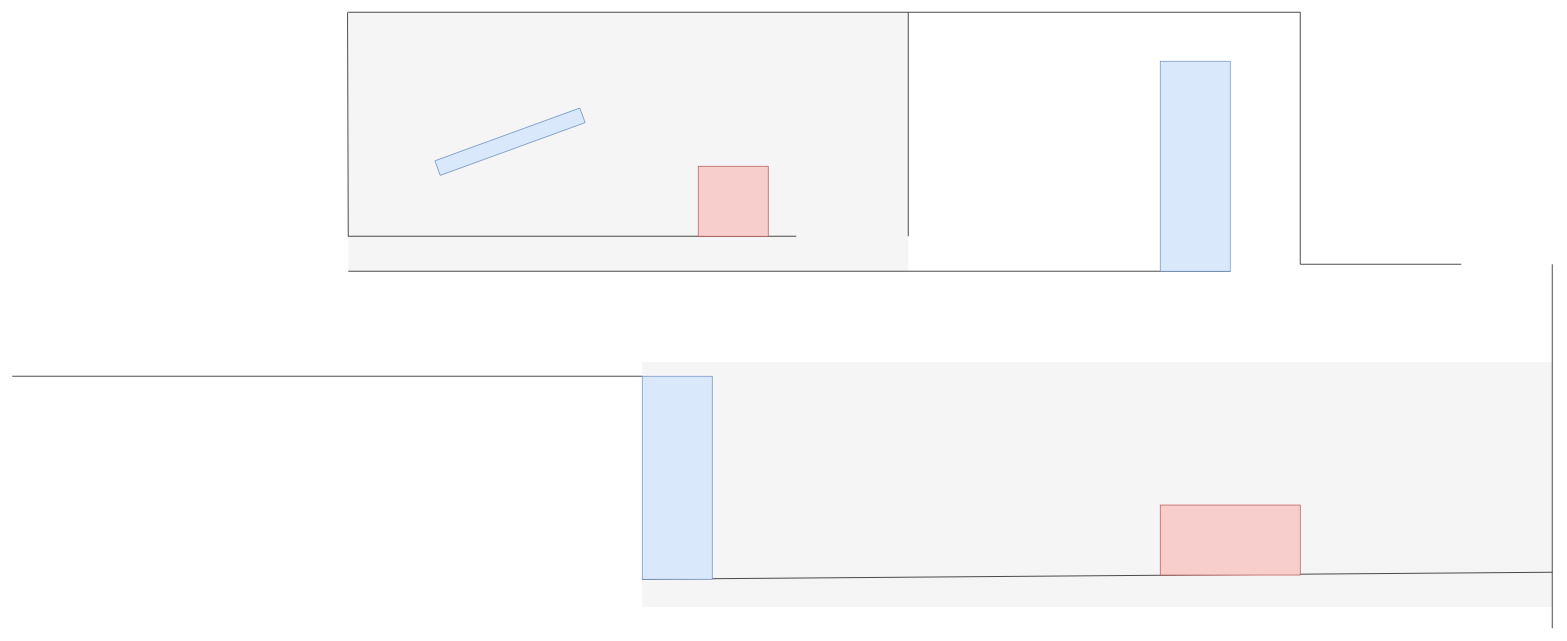
Above: assets/map.drawio.xml in balooval/blob (draw.io), before the change. Source tidied: cells renumbered, new cells numbered last; positions are measured from the earlier drawing's top-left corner, leaving out a move shared by most shapes. Both pictures are drawn from the tidied source at 70%, with x=0, y=0 at pixel (12, 12).
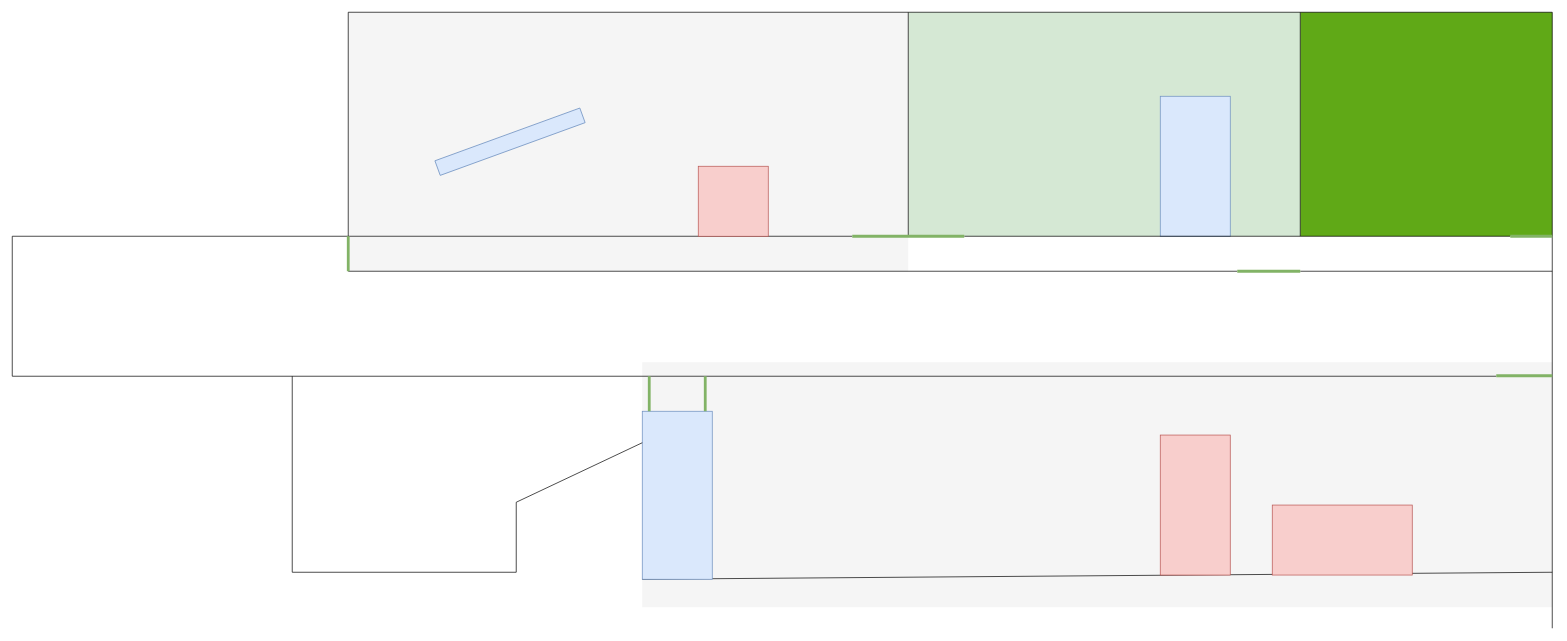
The same page after the edit.

The edit, as a diff of the source:
```diff
@@
+    <mxCell id="12" style="rounded=0;whiteSpace=wrap;html=1;strokeColor=none;fillColor=#f5f5f5;fontColor=#333333;" parent="1" vertex="1">
+      <mxGeometry x="900" y="500" width="1300" height="350" as="geometry" />
+    </mxCell>
+    <mxCell id="18" style="rounded=0;whiteSpace=wrap;html=1;fillColor=#60a917;fontColor=#ffffff;strokeColor=none;" parent="1" vertex="1">
+      <mxGeometry x="1840" width="360" height="320" as="geometry" />
+    </mxCell>
+    <mxCell id="19" style="rounded=0;whiteSpace=wrap;html=1;strokeColor=none;fillColor=#d5e8d4;" parent="1" vertex="1">
+      <mxGeometry x="1280" width="560" height="320" as="geometry" />
+    </mxCell>
@@
     <mxCell id="3" style="endArrow=none;html=1;rounded=0;" parent="1" edge="1">
       <mxGeometry relative="1" as="geometry">
-        <mxPoint x="480" y="320" as="sourcePoint" />
-        <mxPoint x="1120" y="320" as="targetPoint" />
+        <mxPoint y="520" as="sourcePoint" />
+        <mxPoint x="1200" y="320" as="targetPoint" />
+        <Array as="points">
+          <mxPoint y="320" />
+        </Array>
       </mxGeometry>
     </mxCell>
-    <mxCell id="4" style="endArrow=none;html=1;rounded=0;" parent="1" edge="1">
-      <mxGeometry relative="1" as="geometry">
-        <mxPoint x="480" y="320" as="sourcePoint" />
-        <mxPoint x="479" as="targetPoint" />
-      </mxGeometry>
-    </mxCell>
     <mxCell id="5" style="endArrow=none;html=1;rounded=0;exitX=0;exitY=1;exitDx=0;exitDy=0;" parent="1" edge="1">
       <mxGeometry relative="1" as="geometry">
         <mxPoint x="480" y="370" as="sourcePoint" />
-        <mxPoint x="1740" y="370" as="targetPoint" />
+        <mxPoint x="1750" y="370" as="targetPoint" />
       </mxGeometry>
     </mxCell>
@@
     <mxCell id="8" value=" " style="rounded=0;whiteSpace=wrap;html=1;fillColor=#dae8fc;strokeColor=#6c8ebf;" parent="1" vertex="1">
-      <mxGeometry x="1640" y="70" width="100" height="300" as="geometry" />
+      <mxGeometry x="1640" y="120" width="100" height="200" as="geometry" />
     </mxCell>
     <mxCell id="9" style="endArrow=none;html=1;rounded=0;" parent="1" edge="1">
       <mxGeometry relative="1" as="geometry">
         <mxPoint x="1280" as="sourcePoint" />
-        <mxPoint x="2070" y="360" as="targetPoint" />
+        <mxPoint x="2140" y="320" as="targetPoint" />
         <Array as="points">
           <mxPoint x="1840" />
-          <mxPoint x="1840" y="360" />
+          <mxPoint x="1840" y="320" />
         </Array>
       </mxGeometry>
     </mxCell>
@@
-    <mxCell id="12" style="rounded=0;whiteSpace=wrap;html=1;strokeColor=none;fillColor=#f5f5f5;fontColor=#333333;" parent="1" vertex="1">
-      <mxGeometry x="900" y="500" width="1300" height="350" as="geometry" />
-    </mxCell>
@@
     <mxCell id="14" style="endArrow=none;html=1;rounded=0;" parent="1" edge="1">
       <mxGeometry relative="1" as="geometry">
-        <mxPoint x="2200" y="360" as="sourcePoint" />
+        <mxPoint x="1840" as="sourcePoint" />
         <mxPoint x="2200" y="880" as="targetPoint" />
+        <Array as="points">
+          <mxPoint x="2200" />
+        </Array>
       </mxGeometry>
     </mxCell>
     <mxCell id="15" value=" " style="rounded=0;whiteSpace=wrap;html=1;fillColor=#dae8fc;strokeColor=#6c8ebf;" parent="1" vertex="1">
-      <mxGeometry x="900" y="520" width="100" height="290" as="geometry" />
+      <mxGeometry x="900" y="570" width="100" height="240" as="geometry" />
     </mxCell>
     <mxCell id="16" value=" " style="rounded=0;whiteSpace=wrap;html=1;fillColor=#f8cecc;strokeColor=#b85450;" parent="1" vertex="1">
-      <mxGeometry x="1640" y="704" width="200" height="100" as="geometry" />
+      <mxGeometry x="1640" y="604" width="100" height="200" as="geometry" />
     </mxCell>
@@
+    <mxCell id="20" value=" " style="rounded=0;whiteSpace=wrap;html=1;fillColor=#f8cecc;strokeColor=#b85450;" parent="1" vertex="1">
+      <mxGeometry x="1800" y="704" width="200" height="100" as="geometry" />
+    </mxCell>
+    <mxCell id="21" style="endArrow=none;html=1;rounded=0;" parent="1" edge="1">
+      <mxGeometry relative="1" as="geometry">
+        <mxPoint x="1360" y="320" as="sourcePoint" />
+        <mxPoint x="1840" y="320" as="targetPoint" />
+      </mxGeometry>
+    </mxCell>
+    <mxCell id="22" style="endArrow=none;html=1;rounded=0;" parent="1" edge="1">
+      <mxGeometry relative="1" as="geometry">
+        <mxPoint x="2200" y="370" as="sourcePoint" />
+        <mxPoint x="1840" y="370" as="targetPoint" />
+      </mxGeometry>
+    </mxCell>
+    <mxCell id="23" style="endArrow=none;html=1;rounded=0;" parent="1" edge="1">
+      <mxGeometry relative="1" as="geometry">
+        <mxPoint x="480" y="320" as="sourcePoint" />
+        <mxPoint x="480" as="targetPoint" />
+      </mxGeometry>
+    </mxCell>
+    <mxCell id="24" style="endArrow=none;html=1;rounded=0;fillColor=#d5e8d4;strokeColor=#82b366;strokeWidth=4;" parent="1" edge="1">
+      <mxGeometry relative="1" as="geometry">
+        <mxPoint x="1200" y="320" as="sourcePoint" />
+        <mxPoint x="1360" y="320" as="targetPoint" />
+      </mxGeometry>
+    </mxCell>
+    <mxCell id="25" style="endArrow=none;html=1;rounded=0;fillColor=#d5e8d4;strokeColor=#82b366;strokeWidth=4;" parent="1" edge="1">
+      <mxGeometry relative="1" as="geometry">
+        <mxPoint x="1750" y="370" as="sourcePoint" />
+        <mxPoint x="1840" y="370" as="targetPoint" />
+      </mxGeometry>
+    </mxCell>
+    <mxCell id="26" style="endArrow=none;html=1;rounded=0;fillColor=#d5e8d4;strokeColor=#82b366;strokeWidth=4;" parent="1" edge="1">
+      <mxGeometry relative="1" as="geometry">
+        <mxPoint x="2120" y="519.3" as="sourcePoint" />
+        <mxPoint x="2200" y="519.3" as="targetPoint" />
+      </mxGeometry>
+    </mxCell>
+    <mxCell id="27" style="endArrow=none;html=1;rounded=0;fillColor=#d5e8d4;strokeColor=#82b366;strokeWidth=4;" parent="1" edge="1">
+      <mxGeometry relative="1" as="geometry">
+        <mxPoint x="2140" y="320" as="sourcePoint" />
+        <mxPoint x="2200" y="320" as="targetPoint" />
+      </mxGeometry>
+    </mxCell>
+    <mxCell id="28" style="endArrow=none;html=1;rounded=0;fillColor=#d5e8d4;strokeColor=#82b366;strokeWidth=4;" parent="1" edge="1">
+      <mxGeometry relative="1" as="geometry">
+        <mxPoint x="480" y="370" as="sourcePoint" />
+        <mxPoint x="480" y="320" as="targetPoint" />
+      </mxGeometry>
+    </mxCell>
+    <mxCell id="29" style="endArrow=none;html=1;rounded=0;fillColor=#d5e8d4;strokeColor=#82b366;strokeWidth=4;" parent="1" edge="1">
+      <mxGeometry relative="1" as="geometry">
+        <mxPoint x="990" y="570" as="sourcePoint" />
+        <mxPoint x="990" y="520" as="targetPoint" />
+      </mxGeometry>
+    </mxCell>
+    <mxCell id="30" style="endArrow=none;html=1;rounded=0;fillColor=#d5e8d4;strokeColor=#82b366;strokeWidth=4;" parent="1" edge="1">
+      <mxGeometry relative="1" as="geometry">
+        <mxPoint x="910" y="570" as="sourcePoint" />
+        <mxPoint x="910" y="520" as="targetPoint" />
+      </mxGeometry>
+    </mxCell>
+    <mxCell id="31" style="endArrow=none;html=1;rounded=0;" parent="1" edge="1">
+      <mxGeometry relative="1" as="geometry">
+        <mxPoint x="400" y="520" as="sourcePoint" />
+        <mxPoint x="900" y="615" as="targetPoint" />
+        <Array as="points">
+          <mxPoint x="400" y="800" />
+          <mxPoint x="720" y="800" />
+          <mxPoint x="720" y="700" />
+        </Array>
+      </mxGeometry>
+    </mxCell>
```
